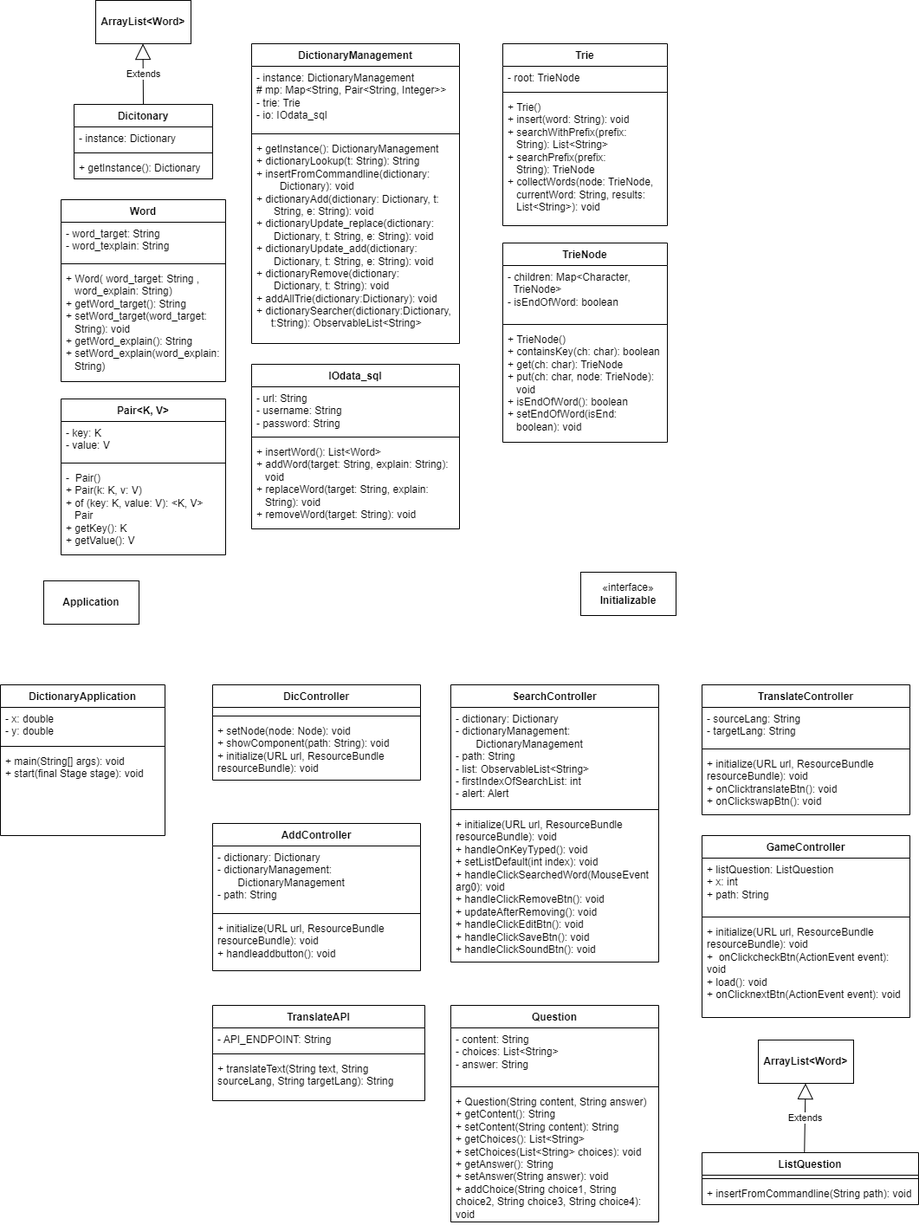
changchan255/OOP_Dictionary keeps this draw.io diagram as Dictionary_Project/DictionaryUML.drawio.png. Above is the earlier version. Source tidied: cells renumbered, new cells last; positions are measured from the earlier drawing's top-left corner, leaving out a move shared by most shapes.
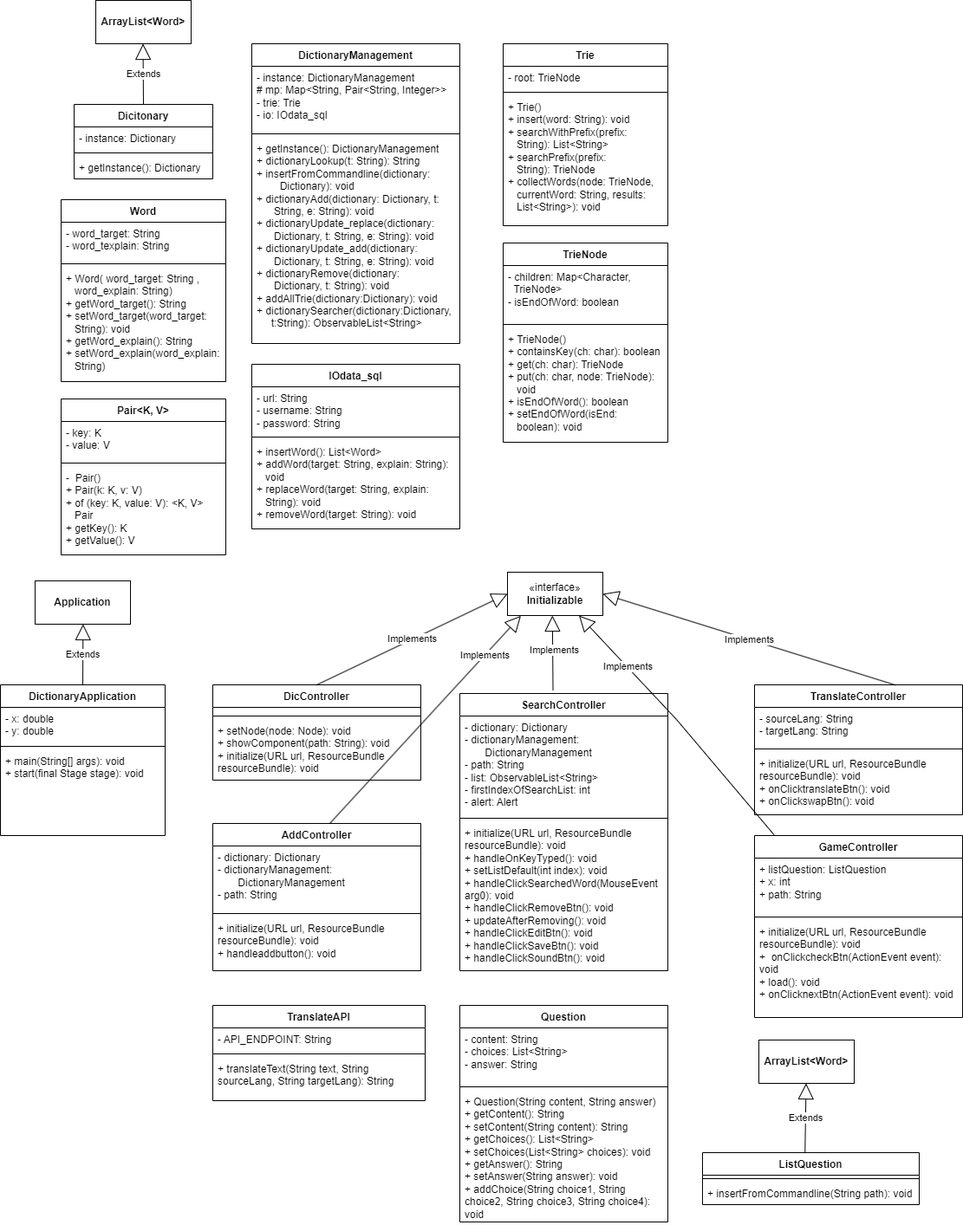
After the commit.

Commit message:
Cập nhật DictionaryUML.drawio.png

The edit, as a diff of the source:
```diff
@@ -111,10 +111,10 @@
       <mxGeometry y="40" width="240" height="70" as="geometry" />
     </mxCell>
     <mxCell id="38" value="«interface»&lt;br&gt;&lt;b&gt;Initializable&lt;/b&gt;" style="html=1;whiteSpace=wrap;" parent="1" vertex="1">
-      <mxGeometry x="670" y="660" width="110" height="50" as="geometry" />
+      <mxGeometry x="585" y="660" width="110" height="50" as="geometry" />
     </mxCell>
     <mxCell id="39" value="&lt;b&gt;Application&lt;/b&gt;" style="html=1;whiteSpace=wrap;" parent="1" vertex="1">
-      <mxGeometry x="50" y="670" width="110" height="50" as="geometry" />
+      <mxGeometry x="40" y="670" width="110" height="50" as="geometry" />
     </mxCell>
     <mxCell id="40" value="AddController" style="swimlane;fontStyle=1;align=center;verticalAlign=top;horizontal=1;startSize=26;whiteSpace=wrap;html=1;" parent="1" vertex="1">
       <mxGeometry x="245" y="950" width="240" height="170" as="geometry" />
@@ -129,7 +129,7 @@
       <mxGeometry y="108" width="240" height="62" as="geometry" />
     </mxCell>
     <mxCell id="44" value="SearchController" style="swimlane;fontStyle=1;align=center;verticalAlign=top;horizontal=1;startSize=26;whiteSpace=wrap;html=1;" parent="1" vertex="1">
-      <mxGeometry x="520" y="790" width="240" height="320" as="geometry" />
+      <mxGeometry x="530" y="800" width="240" height="320" as="geometry" />
     </mxCell>
     <mxCell id="45" value="-&amp;nbsp;dictionary: Dictionary&lt;br style=&quot;border-color: var(--border-color);&quot;&gt;-&amp;nbsp;dictionaryManagement:&amp;nbsp; &amp;nbsp; &amp;nbsp; &amp;nbsp; &amp;nbsp; &amp;nbsp; &amp;nbsp; &amp;nbsp; &amp;nbsp; &amp;nbsp; &amp;nbsp; &amp;nbsp; &amp;nbsp; &amp;nbsp; &amp;nbsp; &amp;nbsp; &amp;nbsp; &amp;nbsp; &amp;nbsp;DictionaryManagement&lt;br style=&quot;border-color: var(--border-color);&quot;&gt;- path: String&lt;br&gt;- list:&amp;nbsp;ObservableList&amp;lt;String&amp;gt;&lt;br&gt;-&amp;nbsp;firstIndexOfSearchList: int&lt;br&gt;- alert: Alert" style="text;strokeColor=none;fillColor=none;align=left;verticalAlign=top;spacingLeft=4;spacingRight=4;overflow=hidden;whiteSpace=wrap;html=1;" parent="44" vertex="1">
       <mxGeometry y="26" width="240" height="114" as="geometry" />
@@ -141,7 +141,7 @@
       <mxGeometry y="148" width="240" height="172" as="geometry" />
     </mxCell>
     <mxCell id="48" value="TranslateController" style="swimlane;fontStyle=1;align=center;verticalAlign=top;horizontal=1;startSize=26;whiteSpace=wrap;html=1;" parent="1" vertex="1">
-      <mxGeometry x="810" y="790" width="240" height="150" as="geometry" />
+      <mxGeometry x="870" y="790" width="240" height="150" as="geometry" />
     </mxCell>
     <mxCell id="49" value="- sourceLang: String&lt;br&gt;- targetLang: String" style="text;strokeColor=none;fillColor=none;align=left;verticalAlign=top;spacingLeft=4;spacingRight=4;overflow=hidden;whiteSpace=wrap;html=1;" parent="48" vertex="1">
       <mxGeometry y="26" width="240" height="44" as="geometry" />
@@ -153,7 +153,7 @@
       <mxGeometry y="78" width="240" height="72" as="geometry" />
     </mxCell>
     <mxCell id="52" value="GameController" style="swimlane;fontStyle=1;align=center;verticalAlign=top;horizontal=1;startSize=26;whiteSpace=wrap;html=1;" parent="1" vertex="1">
-      <mxGeometry x="810" y="964" width="240" height="210" as="geometry" />
+      <mxGeometry x="870" y="964" width="240" height="210" as="geometry" />
     </mxCell>
     <mxCell id="53" value="+ listQuestion: ListQuestion&lt;br&gt;+ x: int&lt;br&gt;+ path: String" style="text;strokeColor=none;fillColor=none;align=left;verticalAlign=top;spacingLeft=4;spacingRight=4;overflow=hidden;whiteSpace=wrap;html=1;" parent="52" vertex="1">
       <mxGeometry y="26" width="240" height="64" as="geometry" />
@@ -203,7 +203,7 @@
       </mxGeometry>
     </mxCell>
     <mxCell id="67" value="Question" style="swimlane;fontStyle=1;align=center;verticalAlign=top;horizontal=1;startSize=26;whiteSpace=wrap;html=1;" parent="1" vertex="1">
-      <mxGeometry x="520" y="1160" width="240" height="250" as="geometry" />
+      <mxGeometry x="530" y="1160" width="240" height="250" as="geometry" />
     </mxCell>
     <mxCell id="68" value="- content: String&lt;br&gt;-&amp;nbsp;choices:&amp;nbsp;List&amp;lt;String&amp;gt;&lt;br&gt;-&amp;nbsp;answer: String" style="text;strokeColor=none;fillColor=none;align=left;verticalAlign=top;spacingLeft=4;spacingRight=4;overflow=hidden;whiteSpace=wrap;html=1;" parent="67" vertex="1">
       <mxGeometry y="26" width="240" height="64" as="geometry" />
@@ -214,5 +214,33 @@
     <mxCell id="70" value="+ Question(String content, String answer)&lt;br&gt;+ getContent(): String&lt;br&gt;+&amp;nbsp;setContent(String content): String&lt;br&gt;+&amp;nbsp;getChoices():&amp;nbsp;List&amp;lt;String&amp;gt;&lt;br&gt;+&amp;nbsp;setChoices(List&amp;lt;String&amp;gt; choices): void&lt;br&gt;+&amp;nbsp;getAnswer(): String&lt;br&gt;+&amp;nbsp;setAnswer(String answer): void&lt;br&gt;+&amp;nbsp;addChoice(String choice1, String choice2, String choice3, String choice4): void" style="text;strokeColor=none;fillColor=none;align=left;verticalAlign=top;spacingLeft=4;spacingRight=4;overflow=hidden;whiteSpace=wrap;html=1;" parent="67" vertex="1">
       <mxGeometry y="98" width="240" height="152" as="geometry" />
     </mxCell>
+    <mxCell id="71" value="Extends" style="endArrow=block;endSize=16;endFill=0;html=1;rounded=0;exitX=0.5;exitY=0;exitDx=0;exitDy=0;" parent="1" edge="1" source="30">
+      <mxGeometry relative="1" as="geometry">
+        <mxPoint x="95.4" y="720" as="targetPoint" />
+      </mxGeometry>
+    </mxCell>
+    <mxCell id="72" value="Implements" style="endArrow=block;endSize=16;endFill=0;html=1;rounded=0;exitX=0.5;exitY=0;exitDx=0;exitDy=0;entryX=0;entryY=0.5;entryDx=0;entryDy=0;" parent="1" edge="1" source="34" target="38">
+      <mxGeometry relative="1" as="geometry" />
+    </mxCell>
+    <mxCell id="73" value="Implements" style="endArrow=block;endSize=16;endFill=0;html=1;rounded=0;entryX=1;entryY=0.5;entryDx=0;entryDy=0;exitX=0.678;exitY=0.002;exitDx=0;exitDy=0;exitPerimeter=0;" parent="1" edge="1" source="48" target="38">
+      <mxGeometry relative="1" as="geometry" />
+    </mxCell>
+    <mxCell id="74" value="Implements" style="endArrow=block;endSize=16;endFill=0;html=1;rounded=0;entryX=0.141;entryY=1.007;entryDx=0;entryDy=0;entryPerimeter=0;" parent="1" edge="1" target="38">
+      <mxGeometry x="0.62" y="-1" relative="1" as="geometry">
+        <mxPoint x="380" y="950" as="sourcePoint" />
+      </mxGeometry>
+    </mxCell>
+    <mxCell id="75" value="Implements" style="endArrow=block;endSize=16;endFill=0;html=1;rounded=0;entryX=0.75;entryY=1;entryDx=0;entryDy=0;exitX=0.094;exitY=-0.004;exitDx=0;exitDy=0;exitPerimeter=0;" parent="1" edge="1" source="52" target="38">
+      <mxGeometry x="0.52" y="-1" relative="1" as="geometry">
+        <Array as="points">
+          <mxPoint x="780" y="830" />
+        </Array>
+      </mxGeometry>
+    </mxCell>
+    <mxCell id="76" value="Implements" style="endArrow=block;endSize=16;endFill=0;html=1;rounded=0;exitX=0.448;exitY=-0.011;exitDx=0;exitDy=0;exitPerimeter=0;" parent="1" edge="1" source="44">
+      <mxGeometry x="0.06" y="-2" relative="1" as="geometry">
+        <mxPoint x="636.8" y="710" as="targetPoint" />
+      </mxGeometry>
+    </mxCell>
   </root>
 </mxGraphModel>
```
